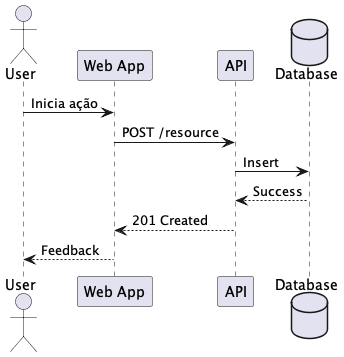
Before: diagrams/adr-039-sequence.png, a diagram exported from PlantUML (tiagonpsilva/architecture-decision-records).
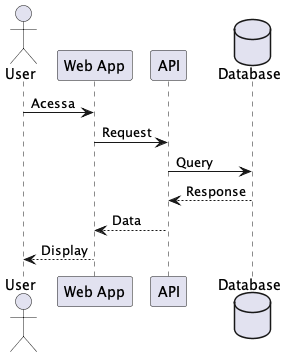
Later version of the same file.

The edit, as a diff of the source:
```diff
@@ -1,13 +1,15 @@
 @startuml
+
 actor User
 participant "Web App" as Web
 participant "API" as API
 database "Database" as DB
 
-User -> Web: Inicia ação
-Web -> API: POST /resource
-API -> DB: Insert
-DB --> API: Success
-API --> Web: 201 Created
-Web --> User: Feedback
+User -> Web: Acessa
+Web -> API: Request
+API -> DB: Query
+DB --> API: Response
+API --> Web: Data
+Web --> User: Display
+
 @enduml
```
